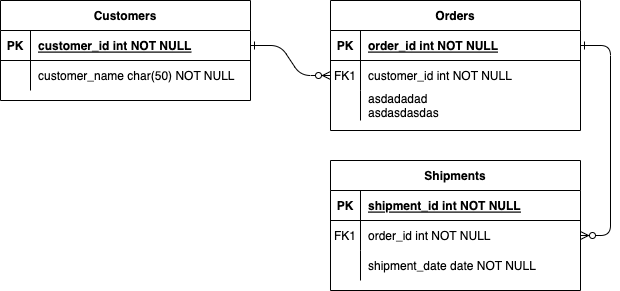
This is InitERD.drawio.png from GwangBin-0607/AuctionDrawio, a draw.io export, as it was before one commit. Source tidied: cells renumbered, new cells last; positions are measured from the earlier drawing's top-left corner, leaving out a move shared by most shapes.
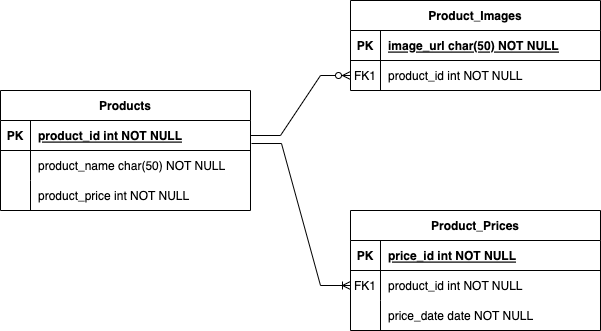
After the commit.

Diff of the diagram source:
```diff
@@ -2,14 +2,8 @@
   <root>
     <mxCell id="0" />
     <mxCell id="1" parent="0" />
-    <mxCell id="2" style="edgeStyle=entityRelationEdgeStyle;endArrow=ERzeroToMany;startArrow=ERone;endFill=1;startFill=0;" parent="1" edge="1" source="25" target="8">
-      <mxGeometry relative="1" as="geometry" />
-    </mxCell>
-    <mxCell id="3" style="edgeStyle=entityRelationEdgeStyle;endArrow=ERzeroToMany;startArrow=ERone;endFill=1;startFill=0;" parent="1" edge="1" source="5" target="18">
-      <mxGeometry relative="1" as="geometry" />
-    </mxCell>
-    <mxCell id="4" value="Orders" style="shape=table;startSize=30;rowLines=0;fontStyle=1;align=center;" parent="1" vertex="1">
-      <mxGeometry x="330" width="250" height="130" as="geometry" />
+    <mxCell id="4" value="Product_Images" style="shape=table;startSize=30;rowLines=0;fontStyle=1;align=center;" parent="1" vertex="1">
+      <mxGeometry x="350" y="-90" width="250" height="90" as="geometry" />
     </mxCell>
     <mxCell id="5" style="shape=partialRectangle;fillColor=none;points=[[0,0.5],[1,0.5]];portConstraint=eastwest;top=0;left=0;right=0;bottom=1;" parent="4" vertex="1">
       <mxGeometry y="30" width="250" height="30" as="geometry" />
@@ -17,7 +11,7 @@
     <mxCell id="6" value="PK" style="shape=partialRectangle;overflow=hidden;fillColor=none;top=0;left=0;bottom=0;right=0;fontStyle=1;" parent="5" vertex="1">
       <mxGeometry width="30" height="30" as="geometry" />
     </mxCell>
-    <mxCell id="7" value="order_id int NOT NULL " style="shape=partialRectangle;overflow=hidden;fillColor=none;top=0;left=0;bottom=0;right=0;align=left;spacingLeft=6;fontStyle=5;" parent="5" vertex="1">
+    <mxCell id="7" value="image_url char(50) NOT NULL " style="shape=partialRectangle;overflow=hidden;fillColor=none;top=0;left=0;bottom=0;right=0;align=left;spacingLeft=6;fontStyle=5;" parent="5" vertex="1">
       <mxGeometry x="30" width="220" height="30" as="geometry" />
     </mxCell>
     <mxCell id="8" style="shape=partialRectangle;fillColor=none;points=[[0,0.5],[1,0.5]];portConstraint=eastwest;top=0;left=0;right=0;bottom=0;" parent="4" vertex="1">
@@ -26,20 +20,11 @@
     <mxCell id="9" value="FK1" style="shape=partialRectangle;overflow=hidden;fillColor=none;top=0;left=0;bottom=0;right=0;" parent="8" vertex="1">
       <mxGeometry width="30" height="30" as="geometry" />
     </mxCell>
-    <mxCell id="10" value="customer_id int NOT NULL" style="shape=partialRectangle;overflow=hidden;fillColor=none;top=0;left=0;bottom=0;right=0;align=left;spacingLeft=6;" parent="8" vertex="1">
+    <mxCell id="10" value="product_id int NOT NULL" style="shape=partialRectangle;overflow=hidden;fillColor=none;top=0;left=0;bottom=0;right=0;align=left;spacingLeft=6;" parent="8" vertex="1">
       <mxGeometry x="30" width="220" height="30" as="geometry" />
     </mxCell>
-    <mxCell id="11" style="shape=partialRectangle;fillColor=none;top=0;left=0;right=0;bottom=0;" parent="4" vertex="1">
-      <mxGeometry y="90" width="250" height="30" as="geometry" />
-    </mxCell>
-    <mxCell id="12" style="shape=partialRectangle;overflow=hidden;fillColor=none;top=0;left=0;bottom=0;right=0;" parent="11" vertex="1">
-      <mxGeometry width="30" height="30" as="geometry" />
-    </mxCell>
-    <mxCell id="13" value="asdadadad&#10;asdasdasdas&#10;" style="shape=partialRectangle;overflow=hidden;fillColor=none;top=0;left=0;bottom=0;right=0;align=left;spacingLeft=6;" parent="11" vertex="1">
-      <mxGeometry x="30" width="220" height="30" as="geometry" />
-    </mxCell>
-    <mxCell id="14" value="Shipments" style="shape=table;startSize=30;rowLines=0;fontStyle=1;align=center;" parent="1" vertex="1">
-      <mxGeometry x="330" y="160" width="250" height="130" as="geometry" />
+    <mxCell id="14" value="Product_Prices" style="shape=table;startSize=30;rowLines=0;fontStyle=1;align=center;" parent="1" vertex="1">
+      <mxGeometry x="350" y="120" width="250" height="120" as="geometry" />
     </mxCell>
     <mxCell id="15" style="shape=partialRectangle;fillColor=none;top=0;left=0;right=0;bottom=1;" parent="14" vertex="1">
       <mxGeometry y="30" width="250" height="30" as="geometry" />
@@ -47,7 +32,7 @@
     <mxCell id="16" value="PK" style="shape=partialRectangle;overflow=hidden;fillColor=none;top=0;left=0;bottom=0;right=0;fontStyle=1;" parent="15" vertex="1">
       <mxGeometry width="30" height="30" as="geometry" />
     </mxCell>
-    <mxCell id="17" value="shipment_id int NOT NULL " style="shape=partialRectangle;overflow=hidden;fillColor=none;top=0;left=0;bottom=0;right=0;align=left;spacingLeft=6;fontStyle=5;" parent="15" vertex="1">
+    <mxCell id="17" value="price_id int NOT NULL " style="shape=partialRectangle;overflow=hidden;fillColor=none;top=0;left=0;bottom=0;right=0;align=left;spacingLeft=6;fontStyle=5;" parent="15" vertex="1">
       <mxGeometry x="30" width="220" height="30" as="geometry" />
     </mxCell>
     <mxCell id="18" style="shape=partialRectangle;fillColor=none;points=[[0,0.5],[1,0.5]];portConstraint=eastwest;top=0;left=0;right=0;bottom=0;" parent="14" vertex="1">
@@ -56,7 +41,7 @@
     <mxCell id="19" value="FK1" style="shape=partialRectangle;overflow=hidden;fillColor=none;top=0;left=0;bottom=0;right=0;" parent="18" vertex="1">
       <mxGeometry width="30" height="30" as="geometry" />
     </mxCell>
-    <mxCell id="20" value="order_id int NOT NULL" style="shape=partialRectangle;overflow=hidden;fillColor=none;top=0;left=0;bottom=0;right=0;align=left;spacingLeft=6;" parent="18" vertex="1">
+    <mxCell id="20" value="product_id int NOT NULL" style="shape=partialRectangle;overflow=hidden;fillColor=none;top=0;left=0;bottom=0;right=0;align=left;spacingLeft=6;" parent="18" vertex="1">
       <mxGeometry x="30" width="220" height="30" as="geometry" />
     </mxCell>
     <mxCell id="21" style="shape=partialRectangle;fillColor=none;top=0;left=0;right=0;bottom=0;" parent="14" vertex="1">
@@ -65,11 +50,11 @@
     <mxCell id="22" style="shape=partialRectangle;overflow=hidden;fillColor=none;top=0;left=0;bottom=0;right=0;" parent="21" vertex="1">
       <mxGeometry width="30" height="30" as="geometry" />
     </mxCell>
-    <mxCell id="23" value="shipment_date date NOT NULL" style="shape=partialRectangle;overflow=hidden;fillColor=none;top=0;left=0;bottom=0;right=0;align=left;spacingLeft=6;" parent="21" vertex="1">
+    <mxCell id="23" value="price_date date NOT NULL" style="shape=partialRectangle;overflow=hidden;fillColor=none;top=0;left=0;bottom=0;right=0;align=left;spacingLeft=6;" parent="21" vertex="1">
       <mxGeometry x="30" width="220" height="30" as="geometry" />
     </mxCell>
-    <mxCell id="24" value="Customers" style="shape=table;startSize=30;rowLines=0;fontStyle=1;align=center;" parent="1" vertex="1">
-      <mxGeometry width="250" height="100" as="geometry" />
+    <mxCell id="24" value="Products" style="shape=table;startSize=30;rowLines=0;fontStyle=1;align=center;" parent="1" vertex="1">
+      <mxGeometry width="250" height="120" as="geometry" />
     </mxCell>
     <mxCell id="25" style="shape=partialRectangle;fillColor=none;points=[[0,0.5],[1,0.5]];portConstraint=eastwest;top=0;left=0;right=0;bottom=1;" parent="24" vertex="1">
       <mxGeometry y="30" width="250" height="30" as="geometry" />
@@ -77,7 +62,7 @@
     <mxCell id="26" value="PK" style="shape=partialRectangle;overflow=hidden;fillColor=none;top=0;left=0;bottom=0;right=0;fontStyle=1;" parent="25" vertex="1">
       <mxGeometry width="30" height="30" as="geometry" />
     </mxCell>
-    <mxCell id="27" value="customer_id int NOT NULL " style="shape=partialRectangle;overflow=hidden;fillColor=none;top=0;left=0;bottom=0;right=0;align=left;spacingLeft=6;fontStyle=5;" parent="25" vertex="1">
+    <mxCell id="27" value="product_id int NOT NULL " style="shape=partialRectangle;overflow=hidden;fillColor=none;top=0;left=0;bottom=0;right=0;align=left;spacingLeft=6;fontStyle=5;" parent="25" vertex="1">
       <mxGeometry x="30" width="220" height="30" as="geometry" />
     </mxCell>
     <mxCell id="28" style="shape=partialRectangle;fillColor=none;top=0;left=0;right=0;bottom=0;" parent="24" vertex="1">
@@ -86,8 +71,23 @@
     <mxCell id="29" style="shape=partialRectangle;overflow=hidden;fillColor=none;top=0;left=0;bottom=0;right=0;" parent="28" vertex="1">
       <mxGeometry width="30" height="30" as="geometry" />
     </mxCell>
-    <mxCell id="30" value="customer_name char(50) NOT NULL" style="shape=partialRectangle;overflow=hidden;fillColor=none;top=0;left=0;bottom=0;right=0;align=left;spacingLeft=6;" parent="28" vertex="1">
+    <mxCell id="30" value="product_name char(50) NOT NULL" style="shape=partialRectangle;overflow=hidden;fillColor=none;top=0;left=0;bottom=0;right=0;align=left;spacingLeft=6;" parent="28" vertex="1">
       <mxGeometry x="30" width="220" height="30" as="geometry" />
     </mxCell>
+    <mxCell id="11" style="shape=partialRectangle;fillColor=none;top=0;left=0;right=0;bottom=0;" parent="24" vertex="1">
+      <mxGeometry y="90" width="250" height="30" as="geometry" />
+    </mxCell>
+    <mxCell id="12" style="shape=partialRectangle;overflow=hidden;fillColor=none;top=0;left=0;bottom=0;right=0;" parent="11" vertex="1">
+      <mxGeometry width="30" height="30" as="geometry" />
+    </mxCell>
+    <mxCell id="31" value="product_price int NOT NULL" style="shape=partialRectangle;overflow=hidden;fillColor=none;top=0;left=0;bottom=0;right=0;align=left;spacingLeft=6;" parent="11" vertex="1">
+      <mxGeometry x="30" width="220" height="30" as="geometry" />
+    </mxCell>
+    <mxCell id="2" style="edgeStyle=entityRelationEdgeStyle;fontSize=12;html=1;endArrow=ERzeroToMany;endFill=1;rounded=0;entryX=0;entryY=0.5;entryDx=0;entryDy=0;" parent="1" edge="1" source="25" target="8">
+      <mxGeometry relative="1" as="geometry" />
+    </mxCell>
+    <mxCell id="32" style="edgeStyle=entityRelationEdgeStyle;fontSize=12;html=1;endArrow=ERoneToMany;rounded=0;exitX=1.004;exitY=0.767;exitDx=0;exitDy=0;exitPerimeter=0;entryX=0;entryY=0.5;entryDx=0;entryDy=0;" parent="1" edge="1" source="25" target="18">
+      <mxGeometry relative="1" as="geometry" />
+    </mxCell>
   </root>
 </mxGraphModel>
```
